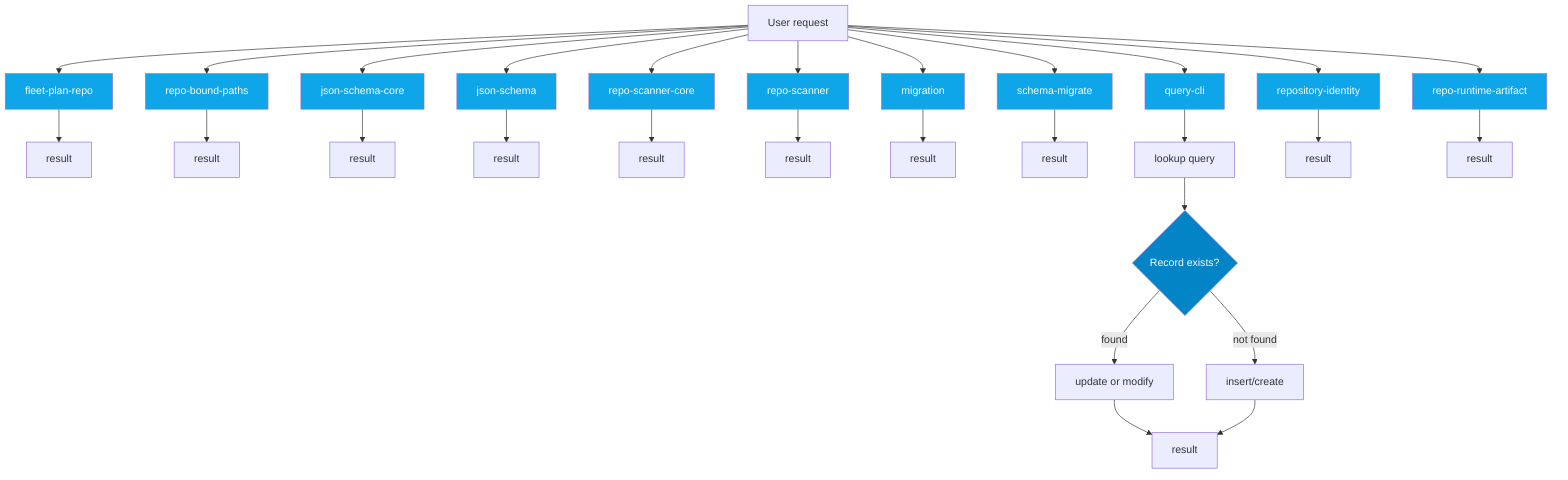
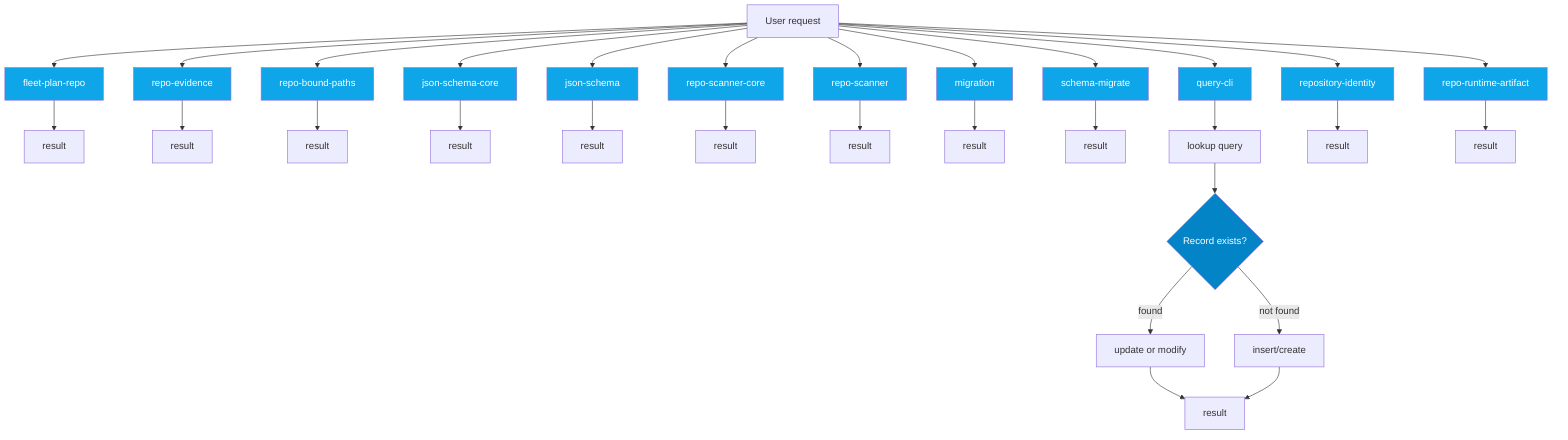
flowchart TD
  UserRequest["User request"]
  Decision{Record exists?}
  fleet_plan_repo_ecdc6499["fleet-plan-repo"]
  UserRequest --> fleet_plan_repo_ecdc6499
  fleet_plan_repo_ecdc6499 --> fleet_plan_repo_ecdc6499_result["result"]
+   repo_evidence_38bb1de5["repo-evidence"]
+   UserRequest --> repo_evidence_38bb1de5
+   repo_evidence_38bb1de5 --> repo_evidence_38bb1de5_result["result"]
  repo_bound_paths_e218b5b3["repo-bound-paths"]
  UserRequest --> repo_bound_paths_e218b5b3
  repo_bound_paths_e218b5b3 --> repo_bound_paths_e218b5b3_result["result"]
  json_schema_core_96d7e328["json-schema-core"]
  UserRequest --> json_schema_core_96d7e328
  json_schema_core_96d7e328 --> json_schema_core_96d7e328_result["result"]
  json_schema_74a768d7["json-schema"]
  UserRequest --> json_schema_74a768d7
  json_schema_74a768d7 --> json_schema_74a768d7_result["result"]
  repo_scanner_core_8e9f7646["repo-scanner-core"]
  UserRequest --> repo_scanner_core_8e9f7646
  repo_scanner_core_8e9f7646 --> repo_scanner_core_8e9f7646_result["result"]
  repo_scanner_a8b2579e["repo-scanner"]
  UserRequest --> repo_scanner_a8b2579e
  repo_scanner_a8b2579e --> repo_scanner_a8b2579e_result["result"]
  migration_8a6cead4["migration"]
  UserRequest --> migration_8a6cead4
  migration_8a6cead4 --> migration_8a6cead4_result["result"]
  schema_migrate_c0646635["schema-migrate"]
  UserRequest --> schema_migrate_c0646635
  schema_migrate_c0646635 --> schema_migrate_c0646635_result["result"]
  query_cli_b95be64d["query-cli"]
  UserRequest --> query_cli_b95be64d
  query_cli_b95be64d --> query_cli_b95be64d_lookup["lookup query"]
  query_cli_b95be64d_lookup --> Decision
  Decision -->|found| query_cli_b95be64d_update["update or modify"]
  Decision -->|not found| query_cli_b95be64d_create["insert/create"]
  query_cli_b95be64d_update --> query_cli_b95be64d_result["result"]
  query_cli_b95be64d_create --> query_cli_b95be64d_result["result"]
  repository_identity_9dc13d37["repository-identity"]
  UserRequest --> repository_identity_9dc13d37
  repository_identity_9dc13d37 --> repository_identity_9dc13d37_result["result"]
  repo_runtime_artifact_139c0fbd["repo-runtime-artifact"]
  UserRequest --> repo_runtime_artifact_139c0fbd
  repo_runtime_artifact_139c0fbd --> repo_runtime_artifact_139c0fbd_result["result"]
  classDef dbNode fill:#0ea5e9,color:#fff
-   class fleet_plan_repo_ecdc6499,repo_bound_paths_e218b5b3,json_schema_core_96d7e328,json_schema_74a768d7,repo_scanner_core_8e9f7646,repo_scanner_a8b2579e,migration_8a6cead4,schema_migrate_c0646635,query_cli_b95be64d,repository_identity_9dc13d37,repo_runtime_artifact_139c0fbd dbNode
+   class fleet_plan_repo_ecdc6499,repo_evidence_38bb1de5,repo_bound_paths_e218b5b3,json_schema_core_96d7e328,json_schema_74a768d7,repo_scanner_core_8e9f7646,repo_scanner_a8b2579e,migration_8a6cead4,schema_migrate_c0646635,query_cli_b95be64d,repository_identity_9dc13d37,repo_runtime_artifact_139c0fbd dbNode
  classDef decisionNode fill:#0284c7,color:#fff
  class Decision decisionNode
